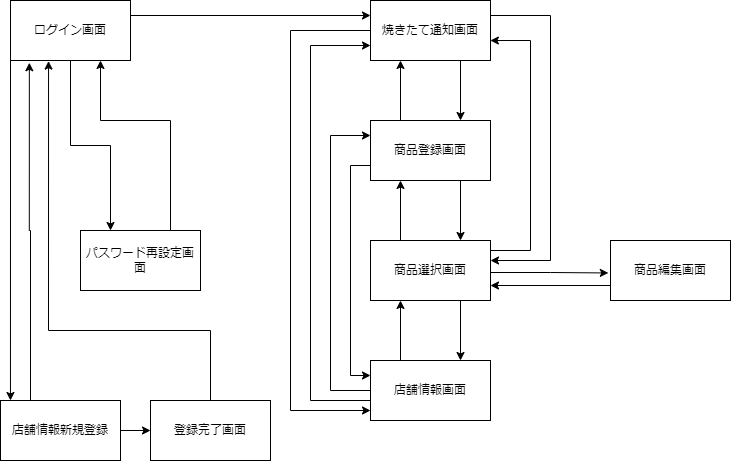
The draw.io diagram 画面遷移図/店舗側画面遷移図.png in Pyama1013/Sotsu.Gamen, before a commit. Source tidied: cells renumbered, new cells last; positions are measured from the earlier drawing's top-left corner, leaving out a move shared by most shapes.
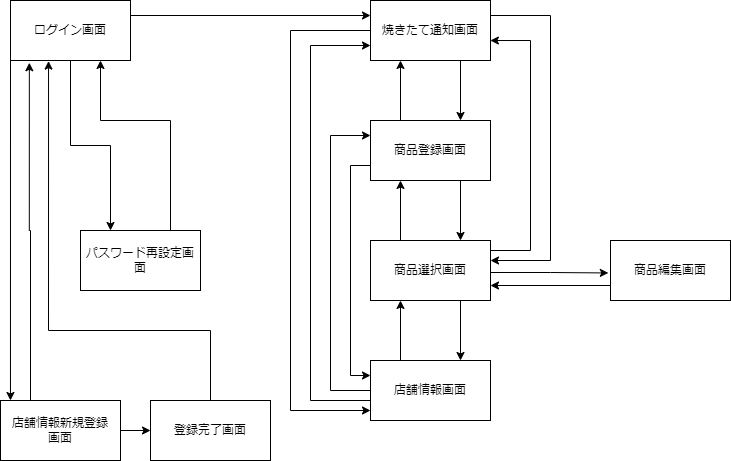
Later version of the same file.

Commit message:
店舗側画面遷移図.png を更新します

Change to the diagram source:
```diff
@@ -117,7 +117,7 @@
     <mxCell id="26" style="edgeStyle=orthogonalEdgeStyle;rounded=0;jettySize=auto;html=1;exitX=1;exitY=0.5;exitDx=0;exitDy=0;entryX=0;entryY=0.5;entryDx=0;entryDy=0;" parent="1" edge="1" source="27" target="29">
       <mxGeometry relative="1" as="geometry" />
     </mxCell>
-    <mxCell id="27" value="店舗情報新規登録" style="rounded=0;whiteSpace=wrap;html=1;" parent="1" vertex="1">
+    <mxCell id="27" value="店舗情報新規登録&lt;br&gt;画面" style="rounded=0;whiteSpace=wrap;html=1;" parent="1" vertex="1">
       <mxGeometry y="400" width="120" height="60" as="geometry" />
     </mxCell>
     <mxCell id="28" style="edgeStyle=orthogonalEdgeStyle;rounded=0;jettySize=auto;html=1;exitX=0.5;exitY=0;exitDx=0;exitDy=0;entryX=0.317;entryY=1.01;entryDx=0;entryDy=0;entryPerimeter=0;" parent="1" edge="1" source="29" target="25">
```
